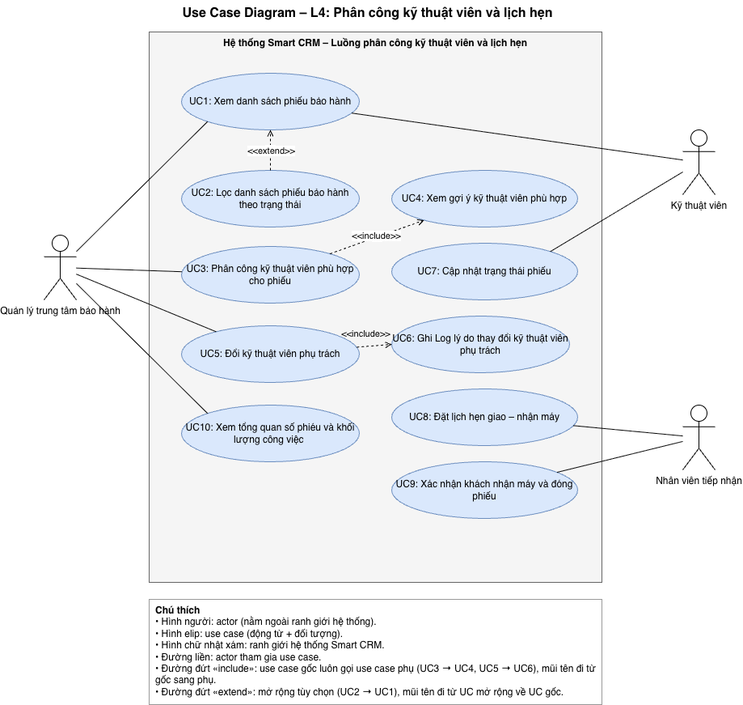
AnophoneLui/smartcrm-237480201is01-technician-appointment keeps this draw.io diagram as docs/use-case-diagram.png. Above is the earlier version. Source tidied: cells renumbered, new cells last; positions are measured from the earlier drawing's top-left corner, leaving out a move shared by most shapes.
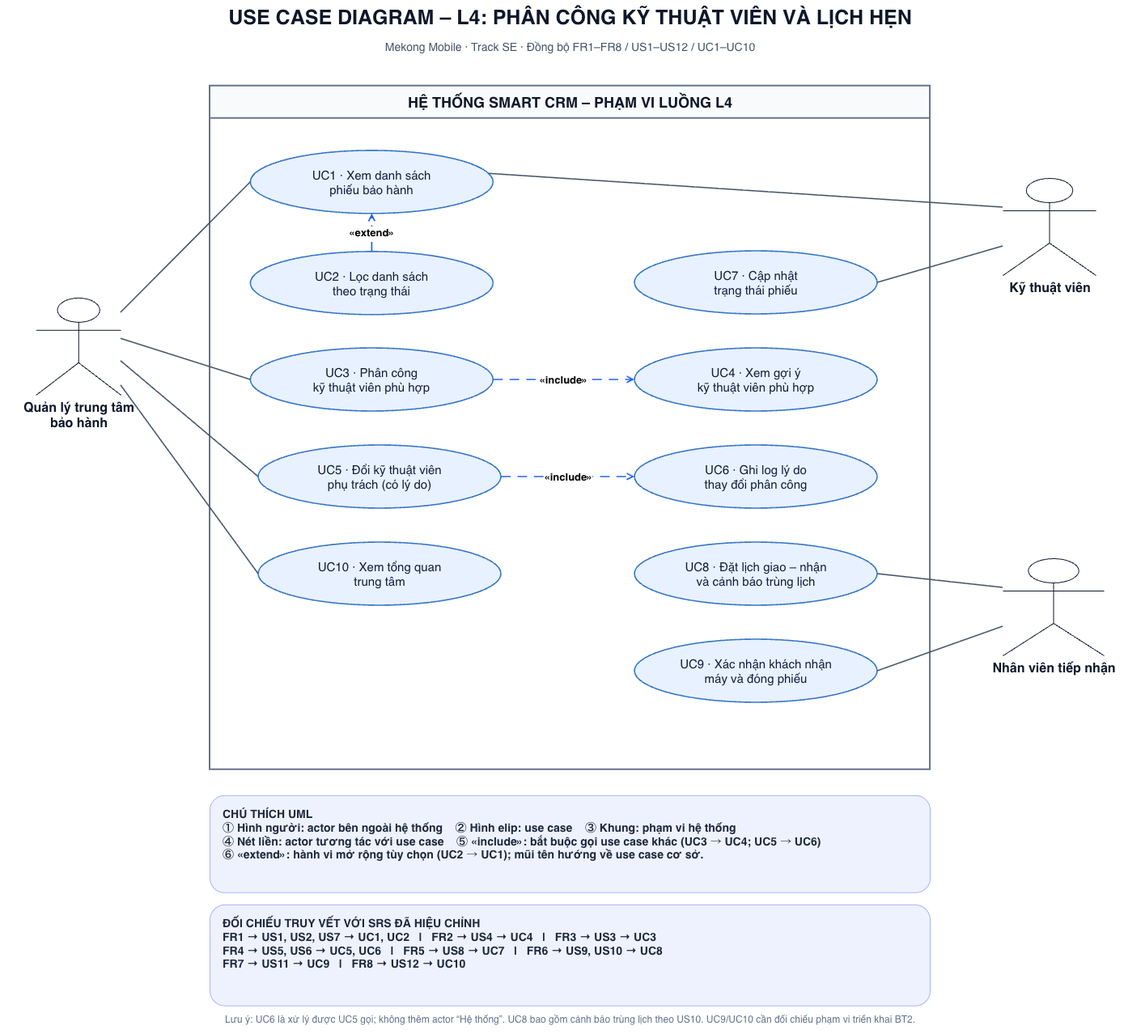
After the change.

The edit, as a diff of the source:
```diff
@@ -2,96 +2,95 @@
   <root>
     <mxCell id="0" />
     <mxCell id="1" parent="0" />
-    <mxCell id="2" value="Use Case Diagram – L4: Phân công kỹ thuật viên và lịch hẹn" style="text;html=1;fontStyle=1;fontSize=16;align=center;" parent="1" vertex="1">
-      <mxGeometry x="50" width="700" height="30" as="geometry" />
-    </mxCell>
-    <mxCell id="3" value="Hệ thống Smart CRM – Luồng phân công kỹ thuật viên và lịch hẹn" style="rounded=0;whiteSpace=wrap;html=1;verticalAlign=top;fontStyle=1;fillColor=#f5f5f5;strokeColor=#666666;" parent="1" vertex="1">
-      <mxGeometry x="130" y="39" width="560" height="680" as="geometry" />
-    </mxCell>
-    <mxCell id="4" value="UC1: Xem danh sách phiếu bảo hành" style="ellipse;whiteSpace=wrap;html=1;fillColor=#dae8fc;strokeColor=#6c8ebf;" parent="1" vertex="1">
-      <mxGeometry x="170" y="90" width="220" height="70" as="geometry" />
-    </mxCell>
-    <mxCell id="5" value="UC3: Phân công kỹ thuật viên phù hợp cho phiếu" style="ellipse;whiteSpace=wrap;html=1;fillColor=#dae8fc;strokeColor=#6c8ebf;" parent="1" vertex="1">
-      <mxGeometry x="170" y="304" width="220" height="70" as="geometry" />
-    </mxCell>
-    <mxCell id="6" value="UC4: Xem gợi ý kỹ thuật viên phù hợp" style="ellipse;whiteSpace=wrap;html=1;fillColor=#dae8fc;strokeColor=#6c8ebf;" parent="1" vertex="1">
-      <mxGeometry x="430" y="210" width="230" height="70" as="geometry" />
-    </mxCell>
-    <mxCell id="7" value="UC5:&lt;span style=&quot;background-color: transparent; color: light-dark(rgb(0, 0, 0), rgb(255, 255, 255));&quot;&gt;&amp;nbsp;Đổi kỹ thuật viên phụ trách&lt;/span&gt;" style="ellipse;whiteSpace=wrap;html=1;fillColor=#dae8fc;strokeColor=#6c8ebf;" parent="1" vertex="1">
-      <mxGeometry x="170" y="402" width="220" height="70" as="geometry" />
-    </mxCell>
-    <mxCell id="8" value="UC7: Cập nhật trạng thái phiếu" style="ellipse;whiteSpace=wrap;html=1;fillColor=#dae8fc;strokeColor=#6c8ebf;" parent="1" vertex="1">
-      <mxGeometry x="430" y="300" width="230" height="70" as="geometry" />
-    </mxCell>
-    <mxCell id="9" value="UC8: Đặt lịch hẹn giao – nhận máy" style="ellipse;whiteSpace=wrap;html=1;fillColor=#dae8fc;strokeColor=#6c8ebf;" parent="1" vertex="1">
-      <mxGeometry x="430" y="480" width="230" height="70" as="geometry" />
-    </mxCell>
-    <mxCell id="10" value="UC9: Xác nhận khách nhận máy và đóng phiếu" style="ellipse;whiteSpace=wrap;html=1;fillColor=#dae8fc;strokeColor=#6c8ebf;" parent="1" vertex="1">
-      <mxGeometry x="430" y="570" width="230" height="70" as="geometry" />
-    </mxCell>
-    <mxCell id="11" value="UC10: Xem tổng quan số phiéu và khối lượng công việc&amp;nbsp;" style="ellipse;whiteSpace=wrap;html=1;fillColor=#dae8fc;strokeColor=#6c8ebf;" parent="1" vertex="1">
-      <mxGeometry x="170" y="500" width="220" height="70" as="geometry" />
-    </mxCell>
+    <mxCell id="31" value="USE CASE DIAGRAM – L4: PHÂN CÔNG KỸ THUẬT VIÊN VÀ LỊCH HẸN" style="text;html=1;align=center;verticalAlign=middle;fontSize=25;fontStyle=1;fontColor=#0F172A;" parent="1" vertex="1">
+      <mxGeometry x="250" y="1699.8" width="1410" height="43" as="geometry" />
+    </mxCell>
+    <mxCell id="32" value="Mekong Mobile · Track SE · Đồng bộ FR1–FR8 / US1–US12 / UC1–UC10" style="text;html=1;align=center;verticalAlign=middle;fontSize=14;fontColor=#475569;" parent="1" vertex="1">
+      <mxGeometry x="250" y="1744.8" width="1410" height="27" as="geometry" />
+    </mxCell>
+    <mxCell id="33" value="HỆ THỐNG SMART CRM – PHẠM VI LUỒNG L4" style="swimlane;html=1;startSize=40;horizontal=1;fillColor=#F8FAFC;swimlaneFillColor=#FFFFFF;strokeColor=#64748B;strokeWidth=2;fontSize=18;fontStyle=1;fontColor=#0F172A;" parent="1" vertex="1">
+      <mxGeometry x="510" y="1805.8" width="890" height="845" as="geometry" />
+    </mxCell>
+    <mxCell id="34" value="UC7 · Cập nhật&lt;br&gt;trạng thái phiếu" style="ellipse;whiteSpace=wrap;html=1;align=center;verticalAlign=middle;fillColor=#E8F1FF;strokeColor=#3776C8;strokeWidth=1.6;fontSize=15;fontColor=#14213D;spacing=10;" parent="33" vertex="1">
+      <mxGeometry x="525" y="204.2" width="300" height="78" as="geometry" />
+    </mxCell>
+    <mxCell id="35" value="UC8 · Đặt lịch giao – nhận&lt;br&gt;và cảnh báo trùng lịch" style="ellipse;whiteSpace=wrap;html=1;align=center;verticalAlign=middle;fillColor=#E8F1FF;strokeColor=#3776C8;strokeWidth=1.6;fontSize=15;fontColor=#14213D;spacing=10;" parent="33" vertex="1">
+      <mxGeometry x="525" y="564.2" width="300" height="78" as="geometry" />
+    </mxCell>
+    <mxCell id="36" value="UC3 · Phân công&lt;br&gt;kỹ thuật viên phù hợp" style="ellipse;whiteSpace=wrap;html=1;align=center;verticalAlign=middle;fillColor=#E8F1FF;strokeColor=#3776C8;strokeWidth=1.6;fontSize=15;fontColor=#14213D;spacing=10;" parent="33" vertex="1">
+      <mxGeometry x="50.3" y="324.2" width="300" height="78" as="geometry" />
+    </mxCell>
+    <mxCell id="37" value="UC5 · Đổi kỹ thuật viên&lt;br&gt;phụ trách (có lý do)" style="ellipse;whiteSpace=wrap;html=1;align=center;verticalAlign=middle;fillColor=#E8F1FF;strokeColor=#3776C8;strokeWidth=1.6;fontSize=15;fontColor=#14213D;spacing=10;" parent="33" vertex="1">
+      <mxGeometry x="60" y="444.2" width="300" height="78" as="geometry" />
+    </mxCell>
+    <mxCell id="38" value="UC10 · Xem tổng quan&lt;br&gt;trung tâm" style="ellipse;whiteSpace=wrap;html=1;align=center;verticalAlign=middle;fillColor=#E8F1FF;strokeColor=#3776C8;strokeWidth=1.6;fontSize=15;fontColor=#14213D;spacing=10;" parent="33" vertex="1">
+      <mxGeometry x="60" y="564.2" width="300" height="78" as="geometry" />
+    </mxCell>
+    <mxCell id="39" value="UC4 · Xem gợi ý&lt;br&gt;kỹ thuật viên phù hợp" style="ellipse;whiteSpace=wrap;html=1;align=center;verticalAlign=middle;fillColor=#E8F1FF;strokeColor=#3776C8;strokeWidth=1.6;fontSize=15;fontColor=#14213D;spacing=10;" parent="33" vertex="1">
+      <mxGeometry x="525" y="324.2" width="300" height="78" as="geometry" />
+    </mxCell>
+    <mxCell id="40" value="«include»" style="endArrow=open;endFill=0;html=1;dashed=1;dashPattern=7 5;strokeWidth=1.7;strokeColor=#2563EB;fontSize=13;fontStyle=1;labelBackgroundColor=#FFFFFF;exitX=1;exitY=0.5;entryX=0;entryY=0.5;" parent="33" edge="1" source="36" target="39">
+      <mxGeometry relative="1" as="geometry" />
+    </mxCell>
+    <mxCell id="41" value="UC6 · Ghi log lý do&lt;br&gt;thay đổi phân công" style="ellipse;whiteSpace=wrap;html=1;align=center;verticalAlign=middle;fillColor=#E8F1FF;strokeColor=#3776C8;strokeWidth=1.6;fontSize=15;fontColor=#14213D;spacing=10;" parent="33" vertex="1">
+      <mxGeometry x="525" y="444.2" width="300" height="78" as="geometry" />
+    </mxCell>
+    <mxCell id="42" value="«include»" style="endArrow=open;endFill=0;html=1;dashed=1;dashPattern=7 5;strokeWidth=1.7;strokeColor=#2563EB;fontSize=13;fontStyle=1;labelBackgroundColor=#FFFFFF;exitX=1;exitY=0.5;entryX=0;entryY=0.5;" parent="33" edge="1" source="37" target="41">
+      <mxGeometry relative="1" as="geometry" />
+    </mxCell>
+    <mxCell id="43" value="UC9 · Xác nhận khách nhận&lt;br&gt;máy và đóng phiếu" style="ellipse;whiteSpace=wrap;html=1;align=center;verticalAlign=middle;fillColor=#E8F1FF;strokeColor=#3776C8;strokeWidth=1.6;fontSize=15;fontColor=#14213D;spacing=10;" parent="33" vertex="1">
+      <mxGeometry x="525" y="684.2" width="300" height="78" as="geometry" />
+    </mxCell>
-    <mxCell id="12" value="Quản lý trung tâm bảo hành" style="shape=umlActor;verticalLabelPosition=bottom;verticalAlign=top;html=1;outlineConnect=0;" parent="1" vertex="1">
-      <mxGeometry y="290" width="40" height="80" as="geometry" />
+    <mxCell id="12" value="Quản lý trung tâm&lt;br&gt;bảo hành" style="shape=umlActor;verticalLabelPosition=bottom;verticalAlign=top;html=1;outlineConnect=0;strokeColor=#0F172A;fontSize=16;fontStyle=1;fontColor=#0F172A;" parent="1" vertex="1">
+      <mxGeometry x="295.3" y="2067.8" width="104.7" height="120" as="geometry" />
     </mxCell>
-    <mxCell id="13" value="Kỹ thuật viên" style="shape=umlActor;verticalLabelPosition=bottom;verticalAlign=top;html=1;outlineConnect=0;" parent="1" vertex="1">
-      <mxGeometry x="790" y="160" width="40" height="80" as="geometry" />
+    <mxCell id="13" value="Kỹ thuật viên" style="shape=umlActor;verticalLabelPosition=bottom;verticalAlign=top;html=1;outlineConnect=0;strokeColor=#0F172A;fontSize=16;fontStyle=1;fontColor=#0F172A;" parent="1" vertex="1">
+      <mxGeometry x="1490" y="1920" width="115" height="120" as="geometry" />
     </mxCell>
-    <mxCell id="14" value="Nhân viên tiếp nhận" style="shape=umlActor;verticalLabelPosition=bottom;verticalAlign=top;html=1;outlineConnect=0;" parent="1" vertex="1">
-      <mxGeometry x="790" y="500" width="40" height="80" as="geometry" />
+    <mxCell id="14" value="Nhân viên tiếp nhận" style="shape=umlActor;verticalLabelPosition=bottom;verticalAlign=top;html=1;outlineConnect=0;strokeColor=#0F172A;fontSize=16;fontStyle=1;fontColor=#0F172A;" parent="1" vertex="1">
+      <mxGeometry x="1490" y="2390" width="125" height="120" as="geometry" />
     </mxCell>
-    <mxCell id="15" style="endArrow=none;html=1;entryX=0;entryY=1;entryDx=0;entryDy=0;" parent="1" edge="1" source="12" target="4">
-      <mxGeometry relative="1" as="geometry" />
-    </mxCell>
-    <mxCell id="16" style="endArrow=none;html=1;" parent="1" edge="1" source="12" target="5">
-      <mxGeometry relative="1" as="geometry" />
-    </mxCell>
-    <mxCell id="17" style="endArrow=none;html=1;" parent="1" edge="1" source="12" target="7">
-      <mxGeometry relative="1" as="geometry" />
-    </mxCell>
-    <mxCell id="18" style="endArrow=none;html=1;entryX=0;entryY=0;entryDx=0;entryDy=0;" parent="1" edge="1" source="12" target="11">
-      <mxGeometry relative="1" as="geometry" />
-    </mxCell>
-    <mxCell id="19" style="endArrow=none;html=1;" parent="1" edge="1" source="13" target="4">
-      <mxGeometry relative="1" as="geometry" />
-    </mxCell>
-    <mxCell id="20" style="endArrow=none;html=1;entryX=1;entryY=0;entryDx=0;entryDy=0;" parent="1" edge="1" source="13" target="8">
-      <mxGeometry relative="1" as="geometry" />
-    </mxCell>
-    <mxCell id="21" style="endArrow=none;html=1;" parent="1" edge="1" source="14" target="9">
-      <mxGeometry relative="1" as="geometry" />
-    </mxCell>
-    <mxCell id="22" style="endArrow=none;html=1;" parent="1" edge="1" source="14" target="10">
-      <mxGeometry relative="1" as="geometry" />
-    </mxCell>
-    <mxCell id="23" value="&lt;&lt;include&gt;&gt;" style="endArrow=open;endFill=0;dashed=1;html=1;" parent="1" edge="1" source="5" target="6">
-      <mxGeometry relative="1" as="geometry" />
-    </mxCell>
-    <mxCell id="24" value="&amp;lt;&amp;lt;include&amp;gt;&amp;gt;" style="edgeLabel;html=1;align=center;verticalAlign=middle;rotation=0;" parent="23" vertex="1">
-      <mxGeometry x="0.06" y="14" relative="1" as="geometry">
-        <mxPoint y="12" as="offset" />
-      </mxGeometry>
-    </mxCell>
-    <mxCell id="25" value="&lt;b&gt;Chú thích&lt;/b&gt;&lt;br&gt;• Hình người: actor (nằm ngoài ranh giới hệ thống).&lt;br&gt;• Hình elip: use case (động từ + đối tượng).&lt;br&gt;• Hình chữ nhật xám: ranh giới hệ thống Smart CRM.&lt;br&gt;• Đường liền: actor tham gia use case.&lt;br&gt;• &lt;span style=&quot;background-color: transparent; color: light-dark(rgb(0, 0, 0), rgb(255, 255, 255));&quot;&gt;Đường đứt «include»: use case gốc luôn gọi use case phụ (UC3 → UC4, UC5 → UC6), mũi tên đi từ gốc sang phụ.&lt;br&gt;&lt;/span&gt;&lt;div&gt;&lt;span style=&quot;background-color: transparent; color: light-dark(rgb(0, 0, 0), rgb(255, 255, 255));&quot;&gt;•&amp;nbsp;&lt;/span&gt;&lt;span style=&quot;background-color: transparent; color: light-dark(rgb(0, 0, 0), rgb(255, 255, 255));&quot;&gt;Đường đứt «extend»: mở rộng tùy chọn (UC2 → UC1), mũi tên đi từ UC mở rộng về UC gốc.&lt;/span&gt;&lt;/div&gt;" style="text;html=1;align=left;verticalAlign=top;whiteSpace=wrap;strokeColor=#999999;fillColor=#ffffff;spacingLeft=6;" parent="1" vertex="1">
-      <mxGeometry x="130" y="740" width="560" height="130" as="geometry" />
-    </mxCell>
-    <mxCell id="26" value="UC2: Lọc danh sách phiếu bảo hành theo trạng thái" style="ellipse;whiteSpace=wrap;html=1;fillColor=#dae8fc;strokeColor=#6c8ebf;" parent="1" vertex="1">
-      <mxGeometry x="170" y="210" width="220" height="70" as="geometry" />
-    </mxCell>
-    <mxCell id="27" value="UC6: Ghi Log lý do thay đổi kỹ thuật viên phụ trách" style="ellipse;whiteSpace=wrap;html=1;fillColor=#dae8fc;strokeColor=#6c8ebf;" parent="1" vertex="1">
-      <mxGeometry x="430" y="390" width="220" height="70" as="geometry" />
-    </mxCell>
-    <mxCell id="28" value="&amp;lt;&amp;lt;include&amp;gt;&amp;gt;" style="html=1;verticalAlign=bottom;labelBackgroundColor=none;endArrow=open;endFill=0;dashed=1;rounded=0;entryX=0;entryY=0.5;entryDx=0;entryDy=0;" parent="1" edge="1" source="7" target="27">
-      <mxGeometry x="-0.43" y="7" relative="1" as="geometry" />
-    </mxCell>
-    <mxCell id="29" value="&lt;&lt;include&gt;&gt;" style="endArrow=open;endFill=0;dashed=1;html=1;" parent="1" edge="1" source="26" target="4">
-      <mxGeometry relative="1" as="geometry" />
-    </mxCell>
-    <mxCell id="30" value="&amp;lt;&amp;lt;extend&amp;gt;&amp;gt;" style="edgeLabel;html=1;align=center;verticalAlign=middle;rotation=0;" parent="29" vertex="1">
-      <mxGeometry x="0.06" y="14" relative="1" as="geometry">
-        <mxPoint x="14" y="1" as="offset" />
-      </mxGeometry>
-    </mxCell>
+    <mxCell id="44" value="UC1 · Xem danh sách&lt;br&gt;phiếu bảo hành" style="ellipse;whiteSpace=wrap;html=1;align=center;verticalAlign=middle;fillColor=#E8F1FF;strokeColor=#3776C8;strokeWidth=1.6;fontSize=15;fontColor=#14213D;spacing=10;" parent="1" vertex="1">
+      <mxGeometry x="560.3" y="1885.8" width="300" height="78" as="geometry" />
+    </mxCell>
+    <mxCell id="45" value="UC2 · Lọc danh sách&lt;br&gt;theo trạng thái" style="ellipse;whiteSpace=wrap;html=1;align=center;verticalAlign=middle;fillColor=#E8F1FF;strokeColor=#3776C8;strokeWidth=1.6;fontSize=15;fontColor=#14213D;spacing=10;" parent="1" vertex="1">
+      <mxGeometry x="560.3" y="2010.8" width="300" height="78" as="geometry" />
+    </mxCell>
+    <mxCell id="46" style="endArrow=none;html=1;strokeWidth=1.6;strokeColor=#475569;rounded=0;exitX=1;exitY=0.15;entryX=0;entryY=0.5;" parent="1" edge="1" source="12" target="44">
+      <mxGeometry relative="1" as="geometry" />
+    </mxCell>
+    <mxCell id="47" style="endArrow=none;html=1;strokeWidth=1.6;strokeColor=#475569;rounded=0;exitX=1;exitY=0.42;entryX=0;entryY=0.5;" parent="1" edge="1" source="12" target="36">
+      <mxGeometry relative="1" as="geometry" />
+    </mxCell>
+    <mxCell id="48" style="endArrow=none;html=1;strokeWidth=1.6;strokeColor=#475569;rounded=0;exitX=1;exitY=0.65;entryX=0;entryY=0.5;" parent="1" edge="1" source="12" target="37">
+      <mxGeometry relative="1" as="geometry" />
+    </mxCell>
+    <mxCell id="49" style="endArrow=none;html=1;strokeWidth=1.6;strokeColor=#475569;rounded=0;exitX=1;exitY=0.9;entryX=0;entryY=0.5;" parent="1" edge="1" source="12" target="38">
+      <mxGeometry relative="1" as="geometry" />
+    </mxCell>
+    <mxCell id="50" style="endArrow=none;html=1;strokeWidth=1.6;strokeColor=#475569;rounded=0;exitX=0;exitY=0.3;entryX=1;entryY=0.35;" parent="1" edge="1" source="13" target="44">
+      <mxGeometry relative="1" as="geometry" />
+    </mxCell>
+    <mxCell id="51" style="endArrow=none;html=1;strokeWidth=1.6;strokeColor=#475569;rounded=0;exitX=0;exitY=0.7;entryX=1;entryY=0.5;" parent="1" edge="1" source="13" target="34">
+      <mxGeometry relative="1" as="geometry" />
+    </mxCell>
+    <mxCell id="52" style="endArrow=none;html=1;strokeWidth=1.6;strokeColor=#475569;rounded=0;exitX=0;exitY=0.3;entryX=1;entryY=0.5;" parent="1" edge="1" source="14" target="35">
+      <mxGeometry relative="1" as="geometry" />
+    </mxCell>
+    <mxCell id="53" style="endArrow=none;html=1;strokeWidth=1.6;strokeColor=#475569;rounded=0;exitX=0;exitY=0.7;entryX=1;entryY=0.5;" parent="1" edge="1" source="14" target="43">
+      <mxGeometry relative="1" as="geometry" />
+    </mxCell>
+    <mxCell id="54" value="«extend»" style="endArrow=open;endFill=0;html=1;dashed=1;dashPattern=7 5;strokeWidth=1.7;strokeColor=#2563EB;fontSize=13;fontStyle=1;labelBackgroundColor=#FFFFFF;exitX=0.5;exitY=0;entryX=0.5;entryY=1;" parent="1" edge="1" source="45" target="44">
+      <mxGeometry relative="1" as="geometry" />
+    </mxCell>
+    <mxCell id="55" value="&lt;b&gt;CHÚ THÍCH UML&lt;/b&gt;&lt;br&gt;① Hình người: actor bên ngoài hệ thống &amp;nbsp;&amp;nbsp; ② Hình elip: use case &amp;nbsp;&amp;nbsp; ③ Khung: phạm vi hệ thống&lt;br&gt;④ Nét liền: actor tương tác với use case &amp;nbsp;&amp;nbsp; ⑤ «include»: bắt buộc gọi use case khác (UC3 → UC4; UC5 → UC6)&lt;br&gt;⑥ «extend»: hành vi mở rộng tùy chọn (UC2 → UC1); mũi tên hướng về use case cơ sở." style="rounded=1;whiteSpace=wrap;html=1;fillColor=#EEF2FF;strokeColor=#A5B4FC;fontSize=14;fontStyle=1;align=left;spacingLeft=14;spacingTop=8;verticalAlign=top;fontColor=#1E293B;" parent="1" vertex="1">
+      <mxGeometry x="510" y="2682.8" width="890" height="120" as="geometry" />
+    </mxCell>
+    <mxCell id="56" value="&lt;b&gt;ĐỐI CHIẾU TRUY VẾT VỚI SRS ĐÃ HIỆU CHỈNH&lt;/b&gt;&lt;br&gt;FR1 → US1, US2, US7 → UC1, UC2 &amp;nbsp; | &amp;nbsp; FR2 → US4 → UC4 &amp;nbsp; | &amp;nbsp; FR3 → US3 → UC3&lt;br&gt;FR4 → US5, US6 → UC5, UC6 &amp;nbsp; | &amp;nbsp; FR5 → US8 → UC7 &amp;nbsp; | &amp;nbsp; FR6 → US9, US10 → UC8&lt;br&gt;FR7 → US11 → UC9 &amp;nbsp; | &amp;nbsp; FR8 → US12 → UC10" style="rounded=1;whiteSpace=wrap;html=1;fillColor=#EEF2FF;strokeColor=#A5B4FC;fontSize=14;fontStyle=1;align=left;spacingLeft=14;spacingTop=8;verticalAlign=top;fontColor=#1E293B;" parent="1" vertex="1">
+      <mxGeometry x="510" y="2817.8" width="890" height="125" as="geometry" />
+    </mxCell>
+    <mxCell id="57" value="Lưu ý: UC6 là xử lý được UC5 gọi; không thêm actor “Hệ thống”. UC8 bao gồm cảnh báo trùng lịch theo US10. UC9/UC10 cần đối chiếu phạm vi triển khai BT2." style="text;html=1;align=center;verticalAlign=middle;fontSize=12;fontColor=#64748B;" parent="1" vertex="1">
+      <mxGeometry x="365" y="2942.8" width="1180" height="34" as="geometry" />
+    </mxCell>
   </root>
 </mxGraphModel>
```
